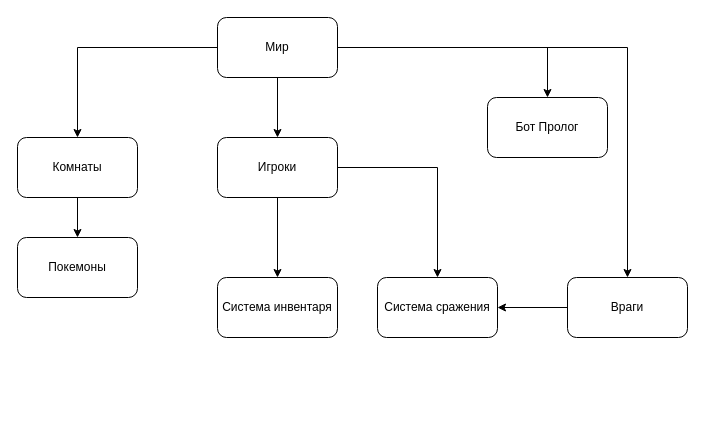
Earlier version of the draw.io diagram diagrams/Untitled Diagram.drawio (gtchaykovskiy/Tested_proj). Source tidied: cells renumbered, new cells numbered last; positions are measured from the earlier drawing's top-left corner, leaving out a move shared by most shapes. Both pictures are drawn from the tidied source at 100%, with x=0, y=0 at pixel (17, 17).
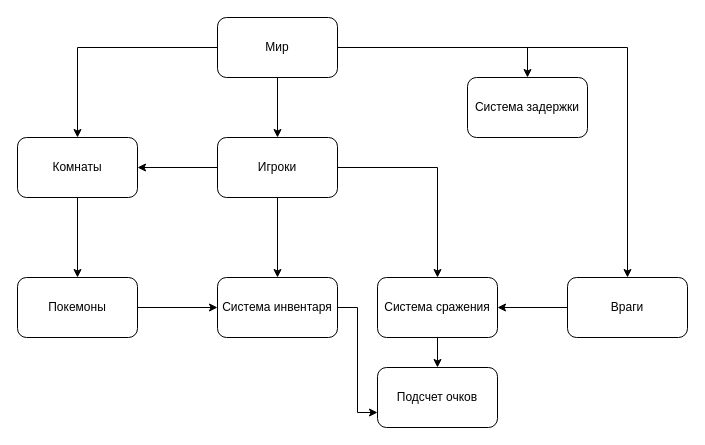
The same diagram, later.

The change refers to these unchanged cells:
```xml
<mxCell id="6" value="Мир" style="rounded=1;whiteSpace=wrap;html=1;" parent="1" vertex="1">
  <mxGeometry x="200" width="120" height="60" as="geometry" />
</mxCell>
<mxCell id="8" value="Комнаты" style="rounded=1;whiteSpace=wrap;html=1;" parent="1" vertex="1">
  <mxGeometry y="120" width="120" height="60" as="geometry" />
</mxCell>
<mxCell id="11" value="Игроки" style="rounded=1;whiteSpace=wrap;html=1;" parent="1" vertex="1">
  <mxGeometry x="200" y="120" width="120" height="60" as="geometry" />
</mxCell>
<mxCell id="14" value="Система инвентаря" style="rounded=1;whiteSpace=wrap;html=1;" parent="1" vertex="1">
  <mxGeometry x="200" y="260" width="120" height="60" as="geometry" />
</mxCell>
<mxCell id="16" value="Система сражения" style="rounded=1;whiteSpace=wrap;html=1;" parent="1" vertex="1">
  <mxGeometry x="360" y="260" width="120" height="60" as="geometry" />
</mxCell>
```

Diff of the diagram source:
```diff
@@
-    <mxCell id="5" style="edgeStyle=orthogonalEdgeStyle;rounded=0;jettySize=auto;html=1;" parent="1" edge="1" source="6" target="17">
-      <mxGeometry relative="1" as="geometry" />
-    </mxCell>
+    <mxCell id="18" style="edgeStyle=orthogonalEdgeStyle;rounded=0;jettySize=auto;html=1;entryX=0.5;entryY=0;entryDx=0;entryDy=0;" parent="1" edge="1" source="6" target="24">
+      <mxGeometry relative="1" as="geometry" />
+    </mxCell>
@@
+    <mxCell id="19" style="edgeStyle=orthogonalEdgeStyle;rounded=0;jettySize=auto;html=1;" parent="1" edge="1" source="11" target="8">
+      <mxGeometry relative="1" as="geometry" />
+    </mxCell>
@@
+    <mxCell id="20" style="edgeStyle=orthogonalEdgeStyle;rounded=0;jettySize=auto;html=1;entryX=0;entryY=0.75;entryDx=0;entryDy=0;" parent="1" edge="1" source="14" target="23">
+      <mxGeometry relative="1" as="geometry" />
+    </mxCell>
@@
+    <mxCell id="21" style="edgeStyle=orthogonalEdgeStyle;rounded=0;jettySize=auto;html=1;" parent="1" edge="1" source="15" target="14">
+      <mxGeometry relative="1" as="geometry" />
+    </mxCell>
     <mxCell id="15" value="Покемоны" style="rounded=1;whiteSpace=wrap;html=1;" parent="1" vertex="1">
-      <mxGeometry y="220" width="120" height="60" as="geometry" />
+      <mxGeometry y="260" width="120" height="60" as="geometry" />
     </mxCell>
+    <mxCell id="22" style="edgeStyle=orthogonalEdgeStyle;rounded=0;jettySize=auto;html=1;" parent="1" edge="1" source="16" target="23">
+      <mxGeometry relative="1" as="geometry" />
+    </mxCell>
@@
-    <mxCell id="17" value="Бот Пролог" style="rounded=1;whiteSpace=wrap;html=1;" parent="1" vertex="1">
-      <mxGeometry x="470" y="80" width="120" height="60" as="geometry" />
-    </mxCell>
+    <mxCell id="23" value="Подсчет очков" style="rounded=1;whiteSpace=wrap;html=1;" parent="1" vertex="1">
+      <mxGeometry x="360" y="350" width="120" height="60" as="geometry" />
+    </mxCell>
+    <mxCell id="24" value="Система задержки" style="rounded=1;whiteSpace=wrap;html=1;" parent="1" vertex="1">
+      <mxGeometry x="450" y="60" width="120" height="60" as="geometry" />
+    </mxCell>
```
